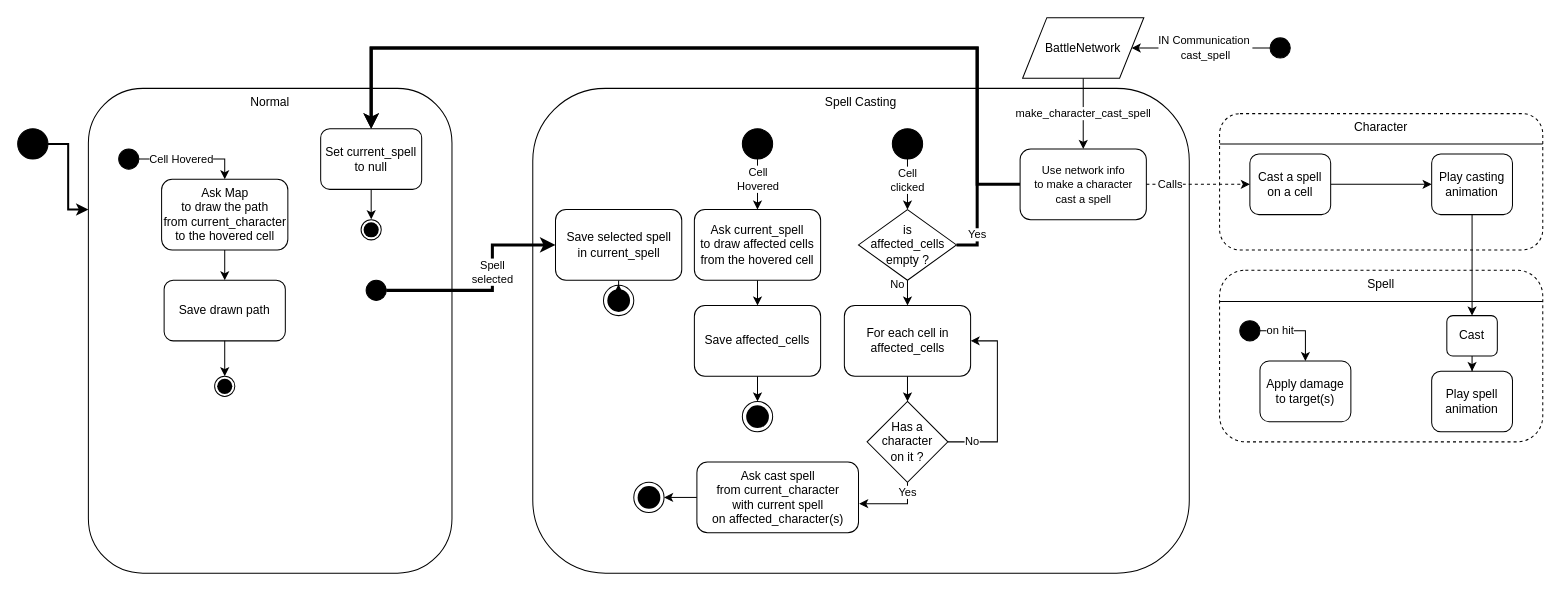
Tess-Qieu/Alakazam-Phoenix keeps this draw.io diagram as Concepts/UI_Cell_Management.drawio. Above is the earlier version. Source tidied: cells renumbered, new cells numbered last; positions are measured from the earlier drawing's top-left corner, leaving out a move shared by most shapes. Both pictures are drawn from the tidied source at 101%, with x=0, y=0 at pixel (17, 17).
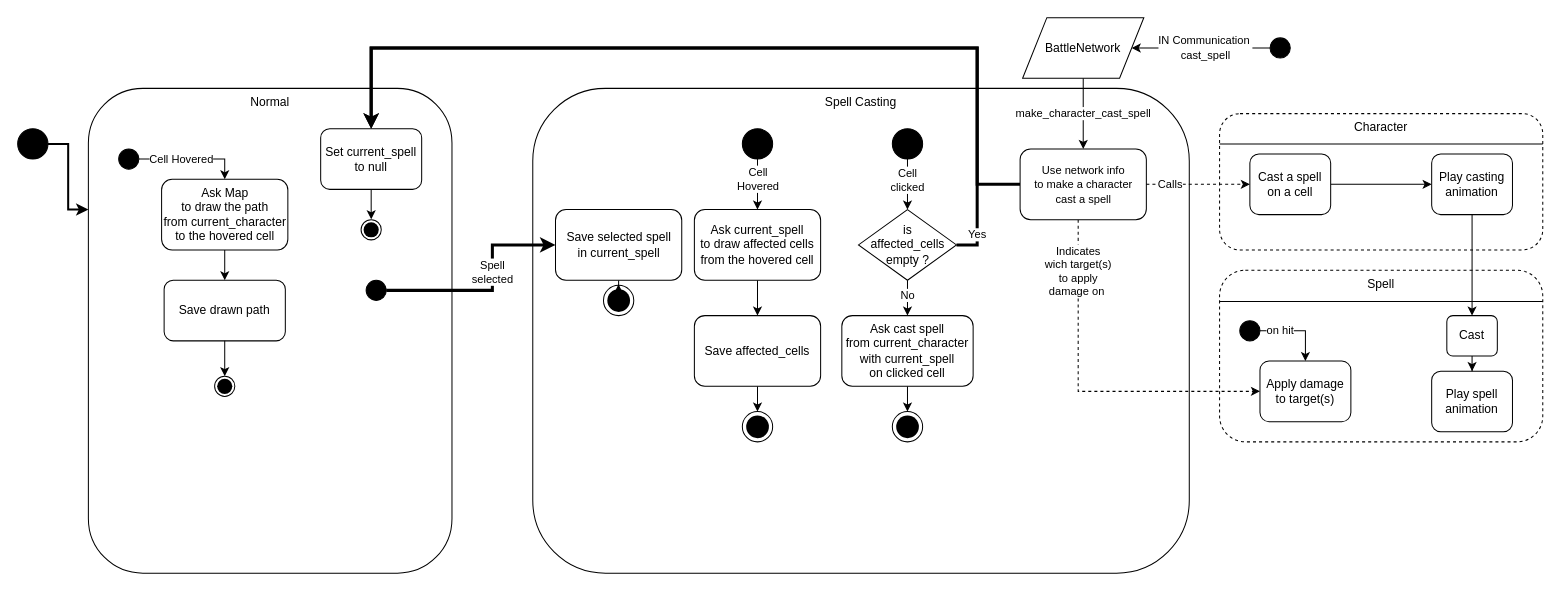
Above is the later version.

Commit message:
Update after discussion

Unchanged cells that the change refers to:
```xml
<mxCell id="41" value="is&lt;br&gt;affected_cells&lt;br&gt;empty ?&lt;br&gt;" style="rhombus;whiteSpace=wrap;html=1;verticalAlign=middle;" parent="1" vertex="1">
  <mxGeometry x="832.5" y="190" width="97" height="70" as="geometry" />
</mxCell>
<mxCell id="55" style="ellipse;whiteSpace=wrap;html=1;strokeColor=#000000;strokeWidth=1;fillColor=none;gradientColor=none;" parent="54" vertex="1">
  <mxGeometry width="30" height="30" as="geometry" />
</mxCell>
<mxCell id="60" value="&lt;span style=&quot;font-size: 11px ; background-color: rgb(255 , 255 , 255)&quot;&gt;Use network info &lt;br&gt;to make a character &lt;br&gt;cast a spell&lt;/span&gt;" style="rounded=1;whiteSpace=wrap;html=1;fillColor=#FFFFFF;gradientColor=none;" parent="1" vertex="1">
  <mxGeometry x="992.5" y="130" width="125" height="70" as="geometry" />
</mxCell>
<mxCell id="71" value="Apply damage&lt;br&gt;to target(s)" style="rounded=1;whiteSpace=wrap;html=1;labelBackgroundColor=#ffffff;align=center;" parent="1" vertex="1">
  <mxGeometry x="1230" y="340" width="90" height="60" as="geometry" />
</mxCell>
```

Change to the diagram source:
```diff
@@
     <mxCell id="23" value="Save affected_cells" style="rounded=1;whiteSpace=wrap;html=1;fillColor=#FFFFFF;gradientColor=none;" parent="1" vertex="1">
-      <mxGeometry x="670" y="285" width="125" height="70" as="geometry" />
+      <mxGeometry x="670" y="295" width="125" height="70" as="geometry" />
     </mxCell>
@@
-    <mxCell id="27" style="edgeStyle=orthogonalEdgeStyle;rounded=0;jettySize=auto;html=1;exitX=0.5;exitY=1;exitDx=0;exitDy=0;entryX=0.5;entryY=0;entryDx=0;entryDy=0;" parent="1" edge="1" source="28" target="31">
-      <mxGeometry relative="1" as="geometry" />
-    </mxCell>
-    <mxCell id="28" value="For each cell in affected_cells" style="rounded=1;whiteSpace=wrap;html=1;fillColor=#FFFFFF;gradientColor=none;" parent="1" vertex="1">
-      <mxGeometry x="818.5" y="285" width="125" height="70" as="geometry" />
-    </mxCell>
-    <mxCell id="29" value="No" style="edgeStyle=orthogonalEdgeStyle;rounded=0;jettySize=auto;html=1;exitX=1;exitY=0.5;exitDx=0;exitDy=0;entryX=1;entryY=0.5;entryDx=0;entryDy=0;" parent="1" edge="1" source="31" target="28">
-      <mxGeometry x="-0.73" relative="1" as="geometry">
-        <Array as="points">
-          <mxPoint x="970" y="420" />
-          <mxPoint x="970" y="320" />
-        </Array>
-      </mxGeometry>
-    </mxCell>
-    <mxCell id="30" value="Yes" style="edgeStyle=orthogonalEdgeStyle;rounded=0;jettySize=auto;html=1;exitX=0.5;exitY=1;exitDx=0;exitDy=0;entryX=1.004;entryY=0.588;entryDx=0;entryDy=0;entryPerimeter=0;" parent="1" edge="1" source="31" target="33">
-      <mxGeometry x="-0.71" relative="1" as="geometry" />
-    </mxCell>
-    <mxCell id="31" value="Has a&lt;br&gt;character&lt;br&gt;on it ?" style="rhombus;whiteSpace=wrap;html=1;" parent="1" vertex="1">
-      <mxGeometry x="841" y="380" width="80" height="80" as="geometry" />
-    </mxCell>
-    <mxCell id="32" style="edgeStyle=orthogonalEdgeStyle;rounded=0;jettySize=auto;html=1;exitX=0;exitY=0.5;exitDx=0;exitDy=0;entryX=1;entryY=0.5;entryDx=0;entryDy=0;" parent="1" edge="1" source="33" target="55">
+    <mxCell id="32" style="edgeStyle=orthogonalEdgeStyle;rounded=0;jettySize=auto;html=1;exitX=0.5;exitY=1;exitDx=0;exitDy=0;entryX=0.5;entryY=0;entryDx=0;entryDy=0;" parent="1" edge="1" source="33" target="55">
       <mxGeometry relative="1" as="geometry" />
     </mxCell>
-    <mxCell id="33" value="Ask cast spell&lt;br&gt;from current_character&lt;br&gt;with current spell&lt;br&gt;on affected_character(s)" style="rounded=1;whiteSpace=wrap;html=1;fillColor=#FFFFFF;gradientColor=none;" parent="1" vertex="1">
-      <mxGeometry x="672.5" y="440" width="160" height="70" as="geometry" />
+    <mxCell id="33" value="Ask cast spell&lt;br&gt;from current_character&lt;br&gt;with current_spell&lt;br&gt;on clicked cell" style="rounded=1;whiteSpace=wrap;html=1;fillColor=#FFFFFF;gradientColor=none;" parent="1" vertex="1">
+      <mxGeometry x="816" y="295" width="130" height="70" as="geometry" />
     </mxCell>
     <mxCell id="34" style="group;" parent="1" vertex="1">
-      <mxGeometry x="717.5" y="380" width="30" height="30" as="geometry" />
+      <mxGeometry x="717.5" y="390" width="30" height="30" as="geometry" />
     </mxCell>
@@
-    <mxCell id="39" value="No" style="edgeStyle=orthogonalEdgeStyle;rounded=0;jettySize=auto;html=1;" parent="1" edge="1" source="41" target="28">
-      <mxGeometry x="0.11" y="5" relative="1" as="geometry">
-        <mxPoint x="-5" y="-5" as="offset" />
-      </mxGeometry>
+    <mxCell id="39" value="No" style="edgeStyle=orthogonalEdgeStyle;rounded=0;jettySize=auto;html=1;entryX=0.5;entryY=0;entryDx=0;entryDy=0;" parent="1" edge="1" source="41" target="33">
+      <mxGeometry x="0.11" relative="1" as="geometry" />
     </mxCell>
@@
     <mxCell id="51" style="group;" parent="1" vertex="1">
-      <mxGeometry x="610" y="460" width="30" height="30" as="geometry" />
+      <mxGeometry x="866" y="390" width="30" height="30" as="geometry" />
     </mxCell>
@@
+    <mxCell id="80" value="Indicates &lt;br&gt;wich target(s)&lt;br&gt;to apply &lt;br&gt;damage on&amp;nbsp;" style="edgeStyle=orthogonalEdgeStyle;rounded=0;jettySize=auto;html=1;entryX=0;entryY=0.5;entryDx=0;entryDy=0;dashed=1;" parent="1" edge="1" source="60" target="71">
+      <mxGeometry x="-0.71" relative="1" as="geometry">
+        <Array as="points">
+          <mxPoint x="1050" y="370" />
+        </Array>
+      </mxGeometry>
+    </mxCell>
```
